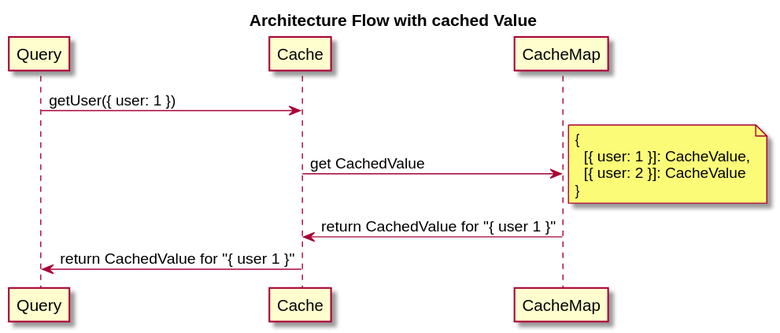
buildo/avenger keeps this PlantUML diagram as docs/Cached Value.svg. Above is the earlier version.
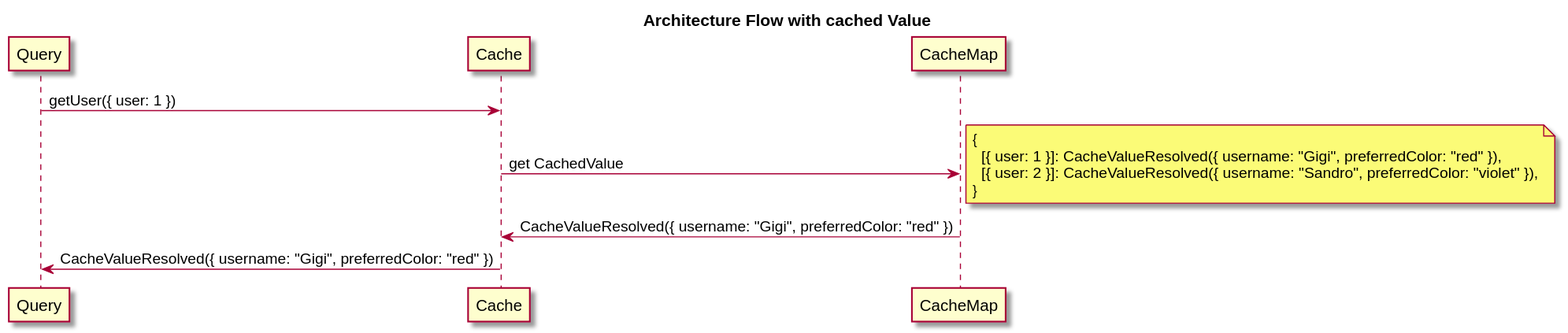
Above is the later version.

Diff of the diagram source:
```diff
@@ -3,6 +3,7 @@
 title
 Architecture Flow with cached Value
 end title
+
 participant Query
 participant Cache
 participant CacheMap
@@ -11,11 +12,11 @@
 Cache -> CacheMap : get CachedValue
 note right
 {
-  [{ user: 1 }]: CacheValue,
-  [{ user: 2 }]: CacheValue
+  [{ user: 1 }]: CacheValueResolved({ username: "Gigi", preferredColor: "red" }),
+  [{ user: 2 }]: CacheValueResolved({ username: "Sandro", preferredColor: "violet" }),
 }
 end note
-CacheMap -> Cache : return CachedValue for "{ user 1 }"
-Cache -> Query : return CachedValue for "{ user 1 }"
+CacheMap -> Cache : CacheValueResolved({ username: "Gigi", preferredColor: "red" })
+Cache -> Query : CacheValueResolved({ username: "Gigi", preferredColor: "red" })
 
 @enduml
```
